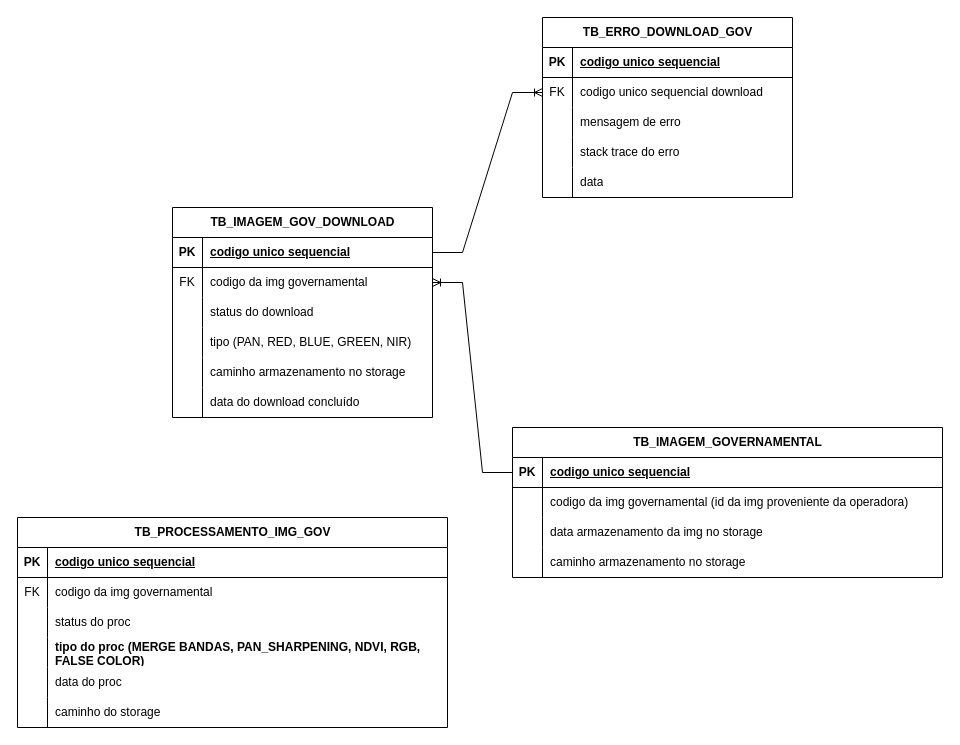
Earlier version of the draw.io diagram API_INDICES_HD.drawio (gabrielk-visiona/data-teste). Source tidied: cells renumbered, new cells numbered last; positions are measured from the earlier drawing's top-left corner, leaving out a move shared by most shapes. Both pictures are drawn from the tidied source at 100%, with x=0, y=0 at pixel (17, 17).
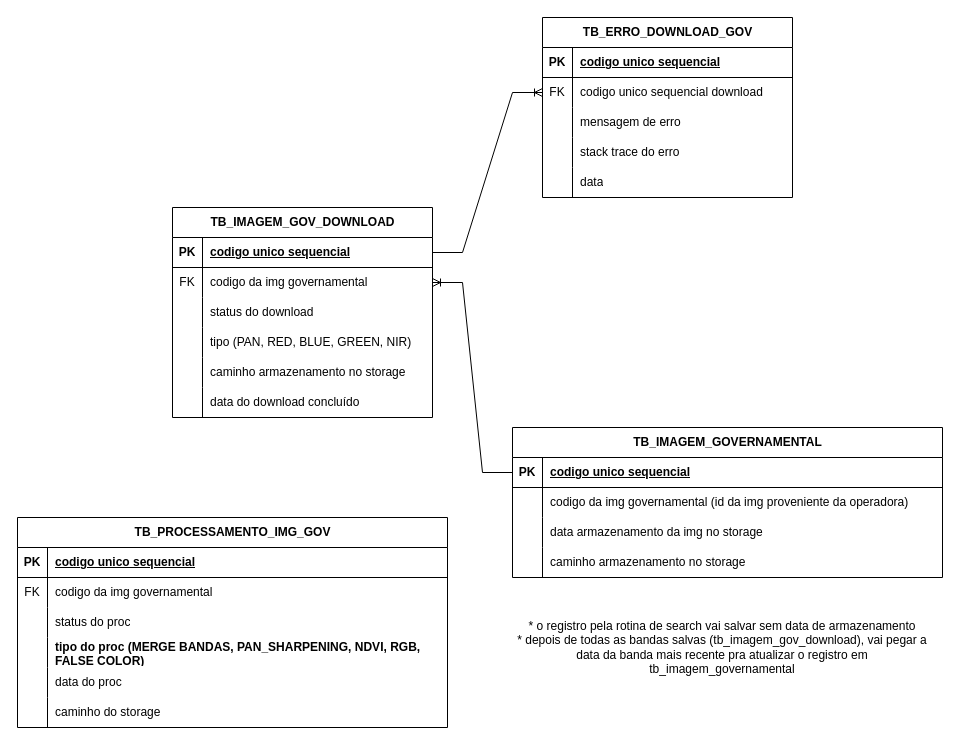
The same page after the edit.

Diff of the diagram source:
```diff
@@
+    <mxCell id="71" value="* o registro pela rotina de search vai salvar sem data de armazenamento&lt;div&gt;* depois de todas as bandas salvas (tb_imagem_gov_download), vai pegar a data da banda mais recente pra atualizar o registro em tb_imagem_governamental&lt;/div&gt;" style="text;html=1;align=center;verticalAlign=middle;whiteSpace=wrap;rounded=0;" parent="1" vertex="1">
+      <mxGeometry x="495" y="580" width="420" height="100" as="geometry" />
+    </mxCell>
```
